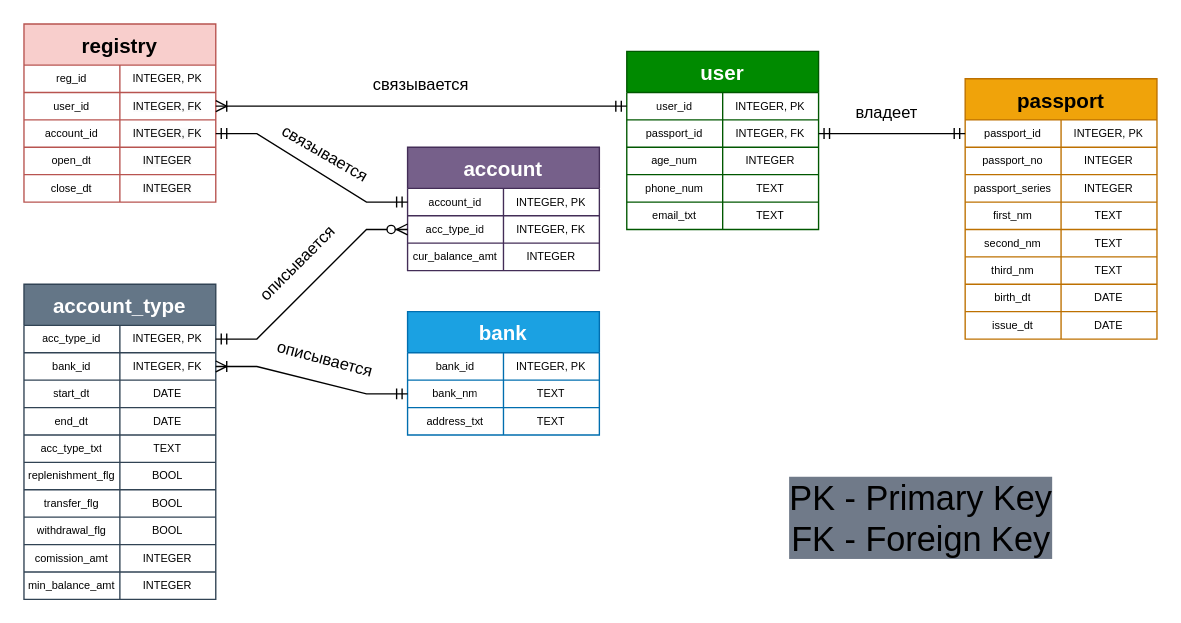
Vadim14032022/central_banking_register keeps this draw.io diagram as docs/logical-model.drawio. Above is the earlier version. Source tidied: cells renumbered, new cells numbered last; positions are measured from the earlier drawing's top-left corner, leaving out a move shared by most shapes. Both pictures are drawn from the tidied source at 137%, with x=0, y=0 at pixel (23, 23).
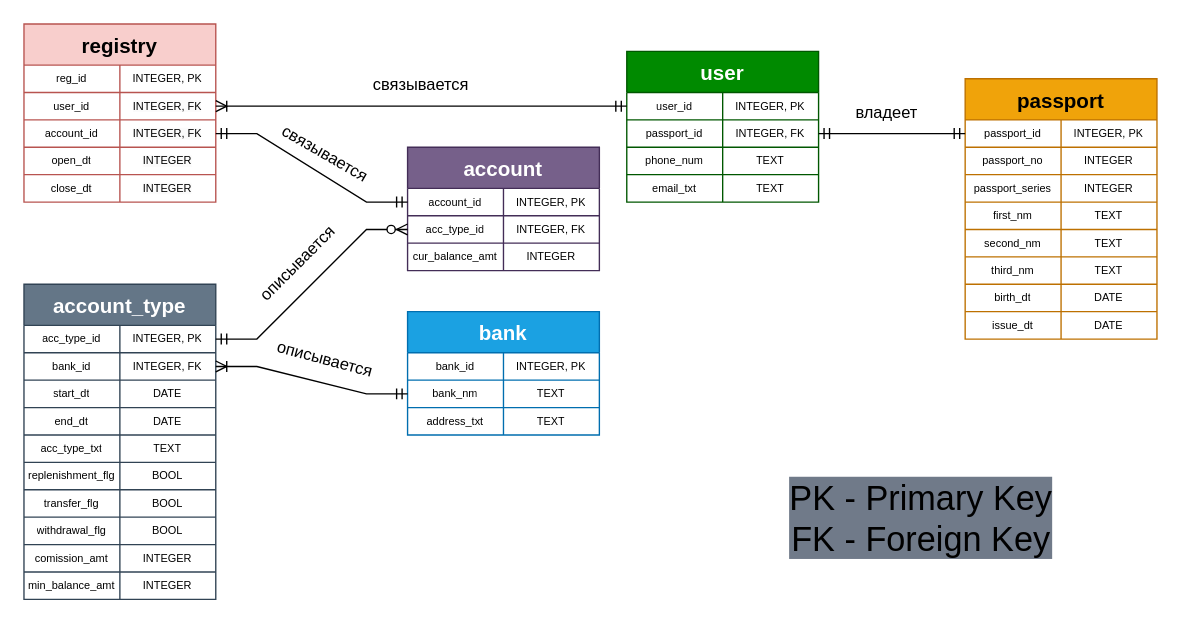
Above is the later version.

Unchanged cells that the change refers to:
```xml
<mxCell id="9" style="shape=tableRow;horizontal=0;startSize=0;swimlaneHead=0;swimlaneBody=0;strokeColor=inherit;top=0;left=0;bottom=0;right=0;fillColor=none;fontSize=8;align=center;spacingTop=0;" parent="2" vertex="1">
  <mxGeometry y="70" width="140" height="20" as="geometry" />
</mxCell>
<mxCell id="12" style="shape=tableRow;horizontal=0;startSize=0;swimlaneHead=0;swimlaneBody=0;strokeColor=inherit;top=0;left=0;bottom=0;right=0;fillColor=none;fontSize=8;align=center;spacingTop=0;" parent="2" vertex="1">
  <mxGeometry y="90" width="140" height="20" as="geometry" />
</mxCell>
```

The edit, as a diff of the source:
```diff
@@
     <mxCell id="2" value="user" style="shape=table;startSize=30;childLayout=tableLayout;fontSize=15;align=center;spacingTop=0;fillColor=#008a00;fontColor=#ffffff;strokeColor=#005700;fontStyle=1;" parent="1" vertex="1">
-      <mxGeometry x="440" y="20" width="140" height="130" as="geometry" />
+      <mxGeometry x="440" y="20" width="140" height="110" as="geometry" />
     </mxCell>
@@
-    <mxCell id="10" value="age_num" style="shape=partialRectangle;html=1;whiteSpace=wrap;strokeColor=inherit;overflow=hidden;fillColor=none;top=0;left=0;bottom=0;right=0;fontSize=8;align=center;spacingTop=0;" parent="9" vertex="1">
+    <mxCell id="10" value="phone_num" style="shape=partialRectangle;html=1;whiteSpace=wrap;strokeColor=inherit;overflow=hidden;fillColor=none;top=0;left=0;bottom=0;right=0;fontSize=8;align=center;spacingTop=0;" parent="9" vertex="1">
       <mxGeometry width="70" height="20" as="geometry" />
     </mxCell>
-    <mxCell id="11" value="INTEGER" style="shape=partialRectangle;html=1;whiteSpace=wrap;strokeColor=inherit;overflow=hidden;fillColor=none;top=0;left=0;bottom=0;right=0;fontSize=8;align=center;spacingTop=0;" parent="9" vertex="1">
+    <mxCell id="11" value="TEXT" style="shape=partialRectangle;html=1;whiteSpace=wrap;strokeColor=inherit;overflow=hidden;fillColor=none;top=0;left=0;bottom=0;right=0;fontSize=8;align=center;spacingTop=0;" parent="9" vertex="1">
       <mxGeometry x="70" width="70" height="20" as="geometry" />
     </mxCell>
@@
-    <mxCell id="13" value="phone_num" style="shape=partialRectangle;html=1;whiteSpace=wrap;strokeColor=inherit;overflow=hidden;fillColor=none;top=0;left=0;bottom=0;right=0;fontSize=8;align=center;spacingTop=0;" parent="12" vertex="1">
+    <mxCell id="13" value="email_txt" style="shape=partialRectangle;html=1;whiteSpace=wrap;strokeColor=inherit;overflow=hidden;fillColor=none;top=0;left=0;bottom=0;right=0;fontSize=8;align=center;spacingTop=0;" parent="12" vertex="1">
       <mxGeometry width="70" height="20" as="geometry" />
     </mxCell>
@@
-    <mxCell id="15" style="shape=tableRow;horizontal=0;startSize=0;swimlaneHead=0;swimlaneBody=0;strokeColor=inherit;top=0;left=0;bottom=0;right=0;fillColor=none;fontSize=8;align=center;spacingTop=0;" parent="2" vertex="1">
-      <mxGeometry y="110" width="140" height="20" as="geometry" />
-    </mxCell>
-    <mxCell id="16" value="email_txt" style="shape=partialRectangle;html=1;whiteSpace=wrap;strokeColor=inherit;overflow=hidden;fillColor=none;top=0;left=0;bottom=0;right=0;fontSize=8;align=center;spacingTop=0;" parent="15" vertex="1">
-      <mxGeometry width="70" height="20" as="geometry" />
-    </mxCell>
-    <mxCell id="17" value="TEXT" style="shape=partialRectangle;html=1;whiteSpace=wrap;strokeColor=inherit;overflow=hidden;fillColor=none;top=0;left=0;bottom=0;right=0;fontSize=8;align=center;spacingTop=0;" parent="15" vertex="1">
-      <mxGeometry x="70" width="70" height="20" as="geometry" />
-    </mxCell>
```
